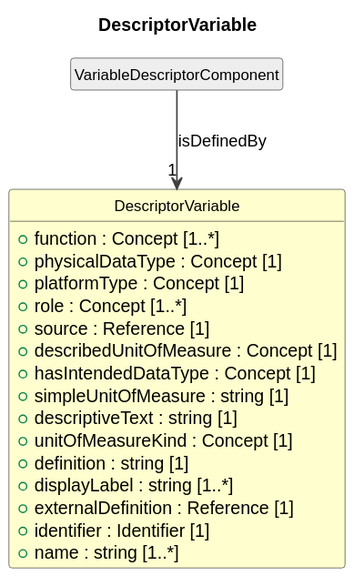
The PlantUML diagram cdif-uml-model/CDIFDataStructure/Classes/DescriptorVariable.svg in Cross-Domain-Interoperability-Framework/metadataBuildingBlocks, before a commit.
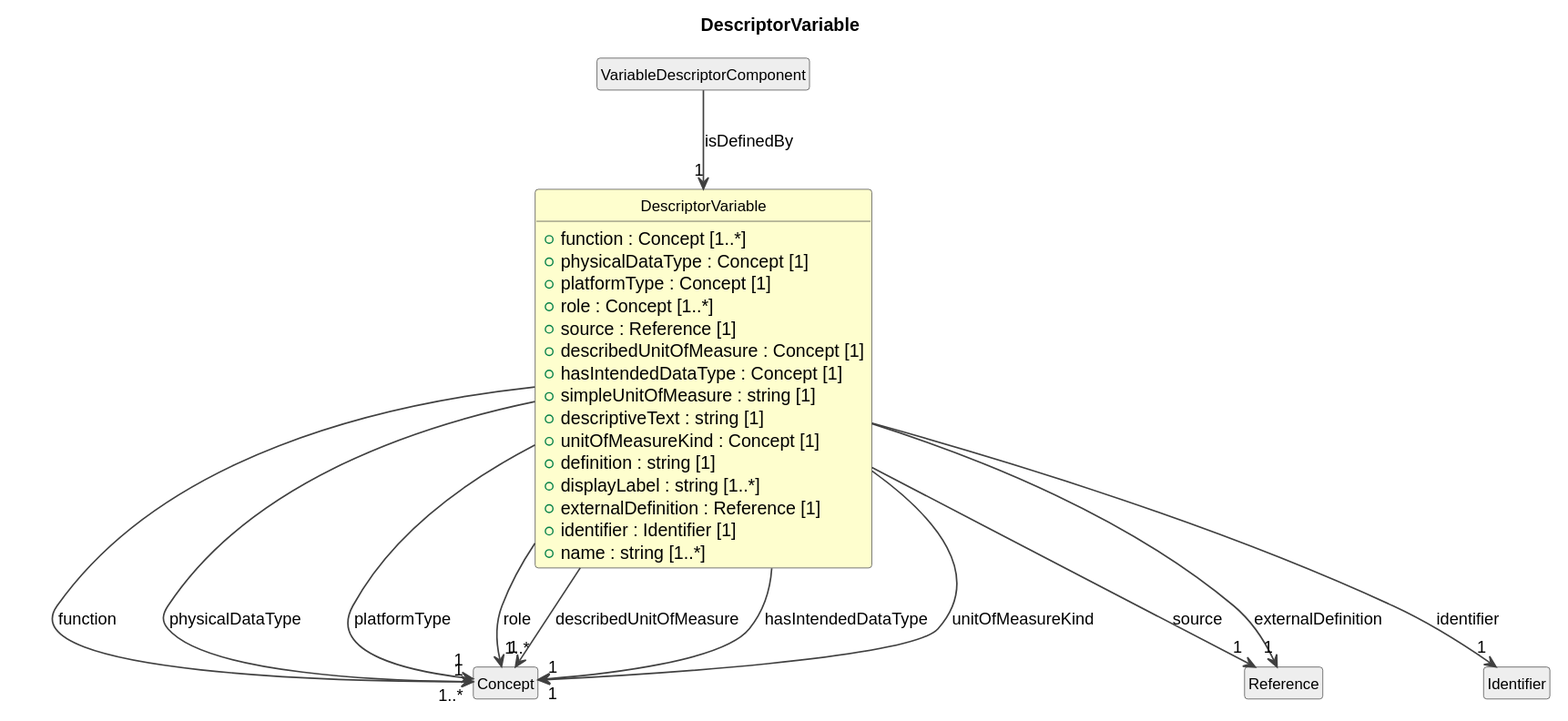
After the commit.

What changed in the source:
```diff
@@ -29,4 +29,17 @@
 }
 class "VariableDescriptorComponent" as VariableDescriptorComponent #EEEEEE
 VariableDescriptorComponent --> "1" DescriptorVariable : isDefinedBy
+class "Concept" as Concept #EEEEEE
+DescriptorVariable --> "1..*" Concept : function
+DescriptorVariable --> "1" Concept : physicalDataType
+DescriptorVariable --> "1" Concept : platformType
+DescriptorVariable --> "1..*" Concept : role
+class "Reference" as Reference #EEEEEE
+DescriptorVariable --> "1" Reference : source
+DescriptorVariable --> "1" Concept : describedUnitOfMeasure
+DescriptorVariable --> "1" Concept : hasIntendedDataType
+DescriptorVariable --> "1" Concept : unitOfMeasureKind
+DescriptorVariable --> "1" Reference : externalDefinition
+class "Identifier" as Identifier #EEEEEE
+DescriptorVariable --> "1" Identifier : identifier
 @enduml
```
